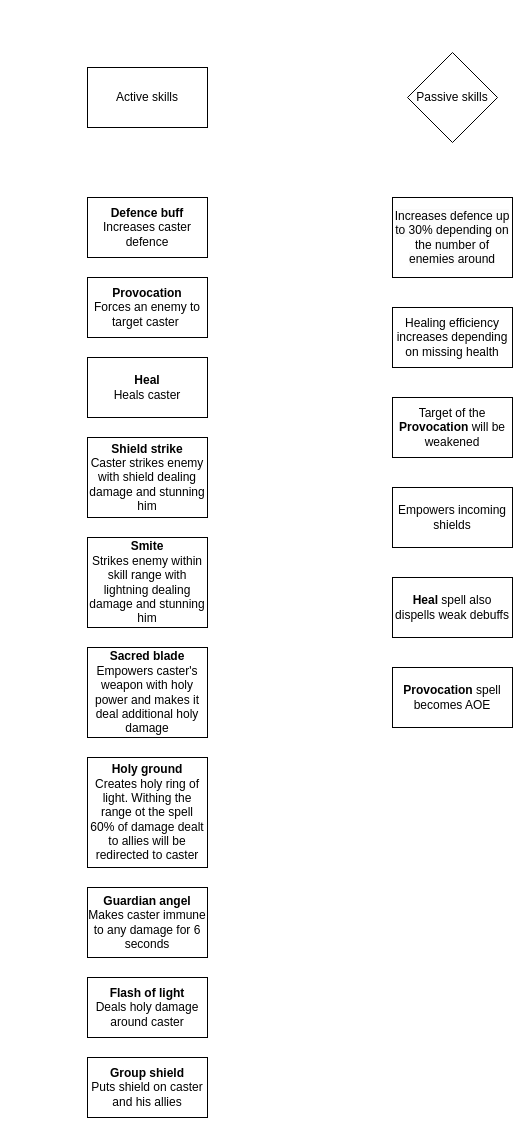
This is page "Paladin skills" (2 of 11) of Solaris.drawio from x3rdev/solaris, a draw.io file, before an edit. Source tidied: cells renumbered, new cells numbered last; positions are measured from the earlier drawing's top-left corner, leaving out a move shared by most shapes. Both pictures are drawn from the tidied source at 100%, with x=0, y=0 at pixel (87, 52).
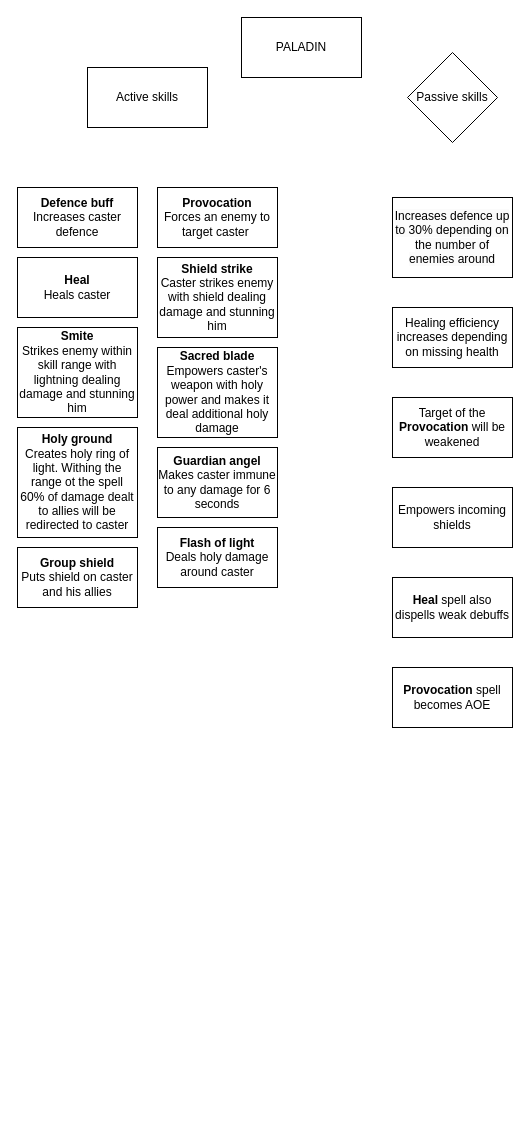
The same page after the edit.

Diff of the diagram source:
```diff
@@
     <mxCell id="2" value="&lt;b&gt;Defence buff&lt;/b&gt;&lt;br&gt;Increases caster defence" style="rounded=0;whiteSpace=wrap;html=1;" parent="1" vertex="1">
-      <mxGeometry y="145" width="120" height="60" as="geometry" />
+      <mxGeometry x="-70" y="135" width="120" height="60" as="geometry" />
     </mxCell>
     <mxCell id="3" value="&lt;b&gt;Provocation&lt;/b&gt;&lt;br&gt;Forces an enemy to target caster&amp;nbsp;" style="rounded=0;whiteSpace=wrap;html=1;" parent="1" vertex="1">
-      <mxGeometry y="225" width="120" height="60" as="geometry" />
+      <mxGeometry x="70" y="135" width="120" height="60" as="geometry" />
     </mxCell>
     <mxCell id="4" value="&lt;b&gt;Heal&lt;/b&gt;&lt;br&gt;Heals caster" style="rounded=0;whiteSpace=wrap;html=1;" parent="1" vertex="1">
-      <mxGeometry y="305" width="120" height="60" as="geometry" />
+      <mxGeometry x="-70" y="205" width="120" height="60" as="geometry" />
     </mxCell>
     <mxCell id="5" value="&lt;b&gt;Shield strike&lt;/b&gt;&lt;br&gt;Caster strikes enemy with shield dealing damage and stunning him" style="rounded=0;whiteSpace=wrap;html=1;" parent="1" vertex="1">
-      <mxGeometry y="385" width="120" height="80" as="geometry" />
+      <mxGeometry x="70" y="205" width="120" height="80" as="geometry" />
     </mxCell>
     <mxCell id="6" value="&lt;b&gt;Smite&lt;/b&gt;&lt;br&gt;Strikes enemy within skill range with lightning dealing damage and stunning him" style="rounded=0;whiteSpace=wrap;html=1;" parent="1" vertex="1">
-      <mxGeometry y="485" width="120" height="90" as="geometry" />
+      <mxGeometry x="-70" y="275" width="120" height="90" as="geometry" />
     </mxCell>
     <mxCell id="7" value="&lt;b&gt;Sacred blade&lt;/b&gt;&lt;br&gt;Empowers caster's weapon with holy power and makes it deal additional holy damage" style="rounded=0;whiteSpace=wrap;html=1;" parent="1" vertex="1">
-      <mxGeometry y="595" width="120" height="90" as="geometry" />
+      <mxGeometry x="70" y="295" width="120" height="90" as="geometry" />
     </mxCell>
     <mxCell id="8" value="&lt;b&gt;Holy ground&lt;/b&gt;&lt;br&gt;Creates holy ring of light. Withing the range ot the spell 60% of damage dealt to allies will be redirected to caster" style="rounded=0;whiteSpace=wrap;html=1;" parent="1" vertex="1">
-      <mxGeometry y="705" width="120" height="110" as="geometry" />
+      <mxGeometry x="-70" y="375" width="120" height="110" as="geometry" />
     </mxCell>
     <mxCell id="9" value="&lt;b&gt;Guardian angel&lt;/b&gt;&lt;br&gt;Makes caster immune to any damage for 6 seconds" style="rounded=0;whiteSpace=wrap;html=1;" parent="1" vertex="1">
-      <mxGeometry y="835" width="120" height="70" as="geometry" />
+      <mxGeometry x="70" y="395" width="120" height="70" as="geometry" />
     </mxCell>
     <mxCell id="10" value="&lt;b&gt;Flash of light&lt;/b&gt;&lt;br&gt;Deals holy damage around caster" style="rounded=0;whiteSpace=wrap;html=1;" parent="1" vertex="1">
-      <mxGeometry y="925" width="120" height="60" as="geometry" />
+      <mxGeometry x="70" y="475" width="120" height="60" as="geometry" />
     </mxCell>
     <mxCell id="11" value="&lt;b&gt;Group shield&lt;/b&gt;&lt;br&gt;Puts shield on caster and his allies" style="rounded=0;whiteSpace=wrap;html=1;" parent="1" vertex="1">
-      <mxGeometry y="1005" width="120" height="60" as="geometry" />
+      <mxGeometry x="-70" y="495" width="120" height="60" as="geometry" />
     </mxCell>
@@
+    <mxCell id="20" value="PALADIN" style="rounded=0;whiteSpace=wrap;html=1;" parent="1" vertex="1">
+      <mxGeometry x="154" y="-35" width="120" height="60" as="geometry" />
+    </mxCell>
```
